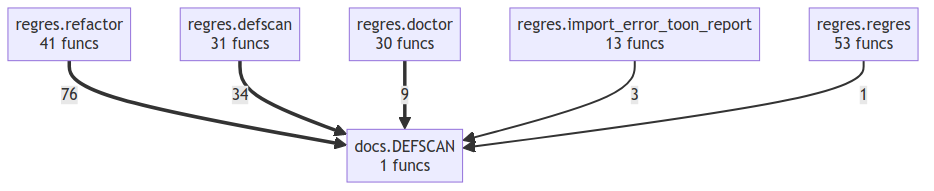
Above: project/compact_flow.png in semcod/regres (Mermaid), before the change. Its source is kept beside it as project/compact_flow.mmd.
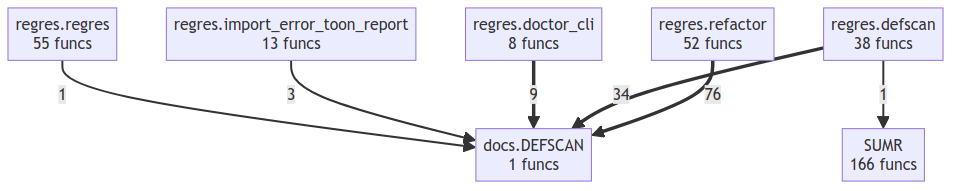
Later version of the same file.

The edit, as a diff of the source:
```diff
@@ -1,12 +1,14 @@
 flowchart TD
+    SUMR["SUMR<br/>166 funcs"]
     docs__DEFSCAN["docs.DEFSCAN<br/>1 funcs"]
-    regres__defscan["regres.defscan<br/>31 funcs"]
-    regres__doctor["regres.doctor<br/>30 funcs"]
+    regres__defscan["regres.defscan<br/>38 funcs"]
+    regres__doctor_cli["regres.doctor_cli<br/>8 funcs"]
     regres__import_error_toon_report["regres.import_error_toon_report<br/>13 funcs"]
-    regres__refactor["regres.refactor<br/>41 funcs"]
-    regres__regres["regres.regres<br/>53 funcs"]
+    regres__refactor["regres.refactor<br/>52 funcs"]
+    regres__regres["regres.regres<br/>55 funcs"]
     regres__refactor ==>|76| docs__DEFSCAN
     regres__defscan ==>|34| docs__DEFSCAN
-    regres__doctor ==>|9| docs__DEFSCAN
+    regres__doctor_cli ==>|9| docs__DEFSCAN
     regres__import_error_toon_report -->|3| docs__DEFSCAN
+    regres__defscan -->|1| SUMR
     regres__regres -->|1| docs__DEFSCAN
```
